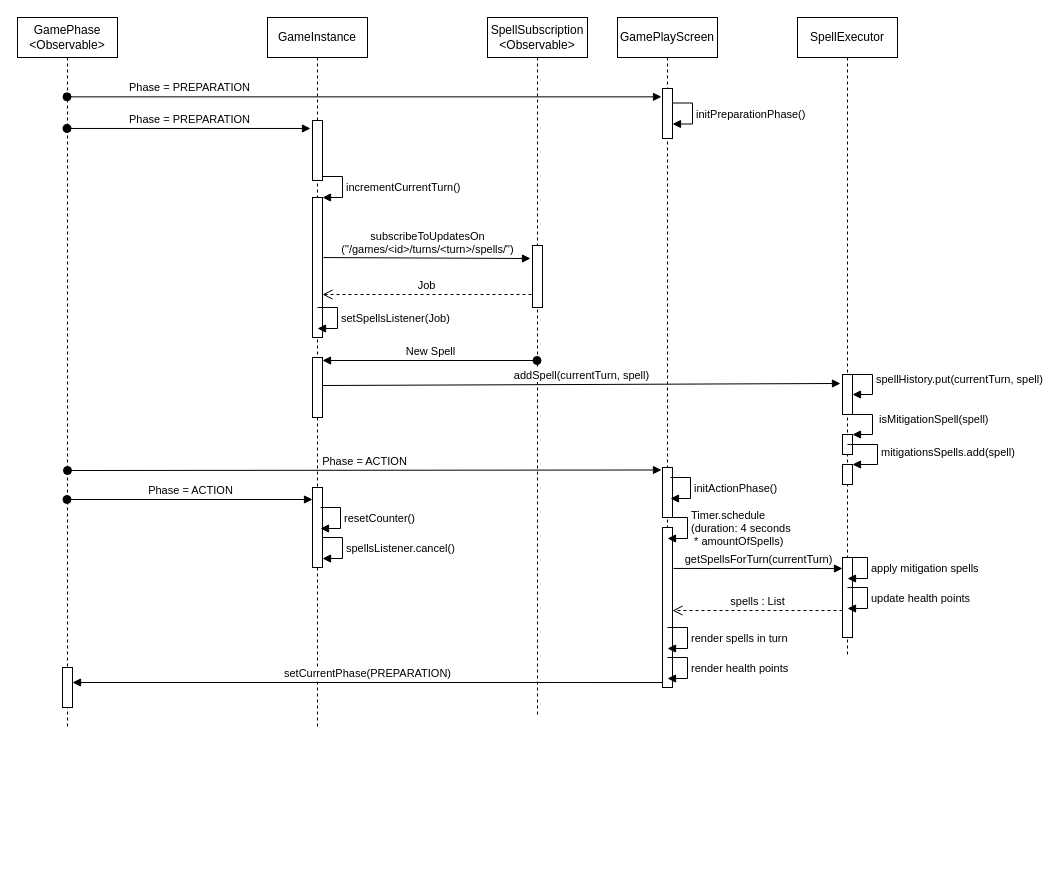
This is page "Page-3" (3 of 3) of beardblaster_lobby_sequence.drawio from gullskatten/BPMN-models, a draw.io file, before an edit. Source tidied: cells renumbered, new cells numbered last; positions are measured from the earlier drawing's top-left corner, leaving out a move shared by most shapes. Both pictures are drawn from the tidied source at 100%, with x=0, y=0 at pixel (17, 17).
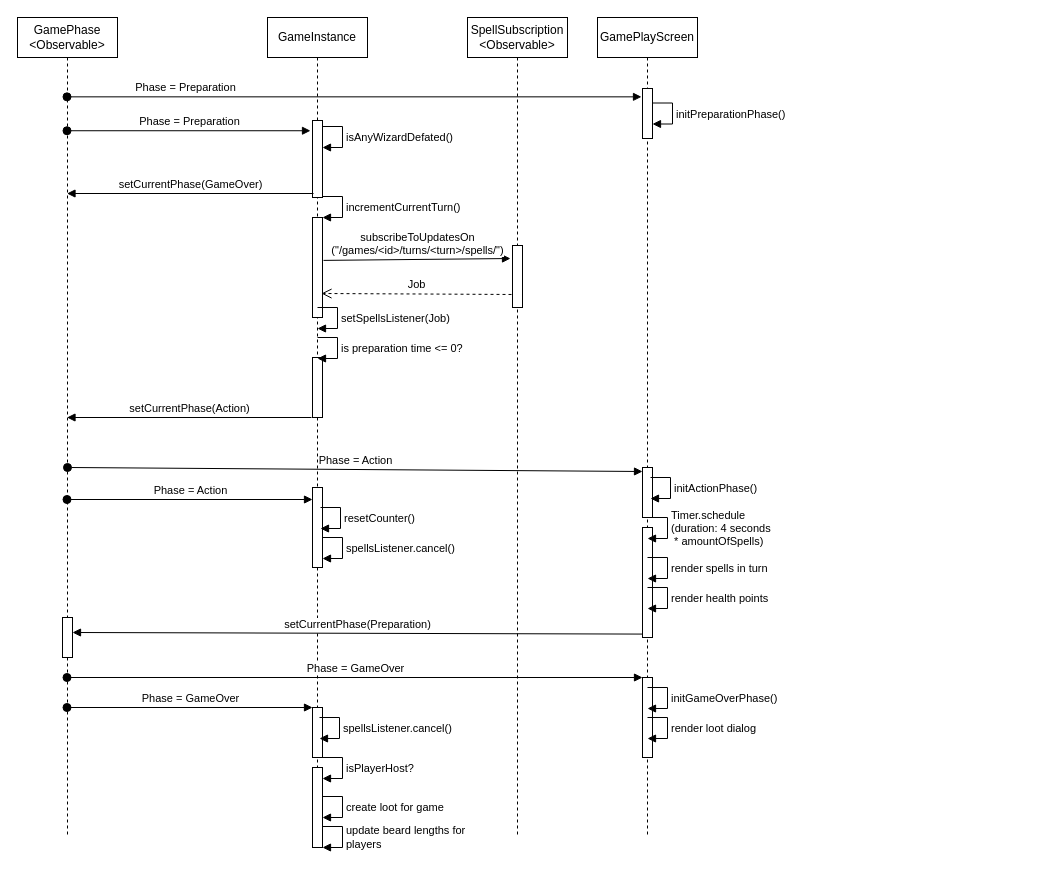
Above is the later version.

Unchanged cells that the change refers to:
```xml
<mxCell id="8" style="html=1;points=[];perimeter=orthogonalPerimeter;" parent="4" vertex="1">
  <mxGeometry x="45" y="470" width="10" height="80" as="geometry" />
</mxCell>
<mxCell id="9" style="html=1;points=[];perimeter=orthogonalPerimeter;" parent="4" vertex="1">
  <mxGeometry x="45" y="340" width="10" height="60" as="geometry" />
</mxCell>
<mxCell id="11" style="html=1;points=[];perimeter=orthogonalPerimeter;" parent="10" vertex="1">
  <mxGeometry x="45" y="228" width="10" height="62" as="geometry" />
</mxCell>
<mxCell id="16" style="html=1;points=[];perimeter=orthogonalPerimeter;" parent="15" vertex="1">
  <mxGeometry x="45" y="71" width="10" height="50" as="geometry" />
</mxCell>
<mxCell id="18" style="html=1;points=[];perimeter=orthogonalPerimeter;" parent="15" vertex="1">
  <mxGeometry x="45" y="450" width="10" height="50" as="geometry" />
</mxCell>
```

What changed in the source:
```diff
@@
     <mxCell id="2" value="GamePhase&lt;br&gt;&amp;lt;Observable&amp;gt;" style="shape=umlLifeline;perimeter=lifelinePerimeter;whiteSpace=wrap;html=1;outlineConnect=0;" parent="1" vertex="1">
-      <mxGeometry width="100" height="710" as="geometry" />
+      <mxGeometry width="100" height="820" as="geometry" />
     </mxCell>
     <mxCell id="3" style="html=1;points=[];perimeter=orthogonalPerimeter;" parent="2" vertex="1">
-      <mxGeometry x="45" y="650" width="10" height="40" as="geometry" />
+      <mxGeometry x="45" y="600" width="10" height="40" as="geometry" />
     </mxCell>
     <mxCell id="4" value="GameInstance" style="shape=umlLifeline;perimeter=lifelinePerimeter;whiteSpace=wrap;html=1;" parent="1" vertex="1">
-      <mxGeometry x="250" width="100" height="710" as="geometry" />
+      <mxGeometry x="250" width="100" height="820" as="geometry" />
     </mxCell>
     <mxCell id="5" style="html=1;points=[];perimeter=orthogonalPerimeter;" parent="4" vertex="1">
-      <mxGeometry x="45" y="103" width="10" height="60" as="geometry" />
+      <mxGeometry x="45" y="103" width="10" height="77" as="geometry" />
     </mxCell>
     <mxCell id="6" style="html=1;points=[];perimeter=orthogonalPerimeter;" parent="4" vertex="1">
-      <mxGeometry x="45" y="180" width="10" height="140" as="geometry" />
+      <mxGeometry x="45" y="200" width="10" height="100" as="geometry" />
     </mxCell>
     <mxCell id="7" value="incrementCurrentTurn()" style="edgeStyle=orthogonalEdgeStyle;html=1;align=left;spacingLeft=2;endArrow=block;rounded=0;entryX=1;entryY=0;" parent="4" edge="1">
       <mxGeometry relative="1" as="geometry">
-        <mxPoint x="55" y="159" as="sourcePoint" />
-        <mxPoint x="55" y="180" as="targetPoint" />
+        <mxPoint x="55" y="179" as="sourcePoint" />
+        <mxPoint x="55" y="200" as="targetPoint" />
         <Array as="points">
-          <mxPoint x="75" y="159" />
-          <mxPoint x="75" y="180" />
+          <mxPoint x="75" y="179" />
+          <mxPoint x="75" y="200" />
         </Array>
       </mxGeometry>
     </mxCell>
@@
+    <mxCell id="45" style="html=1;points=[];perimeter=orthogonalPerimeter;" parent="4" vertex="1">
+      <mxGeometry x="45" y="690" width="10" height="50" as="geometry" />
+    </mxCell>
+    <mxCell id="46" value="isPlayerHost?" style="edgeStyle=orthogonalEdgeStyle;html=1;align=left;spacingLeft=2;endArrow=block;rounded=0;entryX=1;entryY=0;" parent="4" edge="1">
+      <mxGeometry relative="1" as="geometry">
+        <mxPoint x="55" y="740" as="sourcePoint" />
+        <mxPoint x="55" y="761" as="targetPoint" />
+        <Array as="points">
+          <mxPoint x="75" y="740" />
+          <mxPoint x="75" y="761" />
+        </Array>
+      </mxGeometry>
+    </mxCell>
     <mxCell id="10" value="SpellSubscription&lt;br&gt;&amp;lt;Observable&amp;gt;" style="shape=umlLifeline;perimeter=lifelinePerimeter;whiteSpace=wrap;html=1;outlineConnect=0;" parent="1" vertex="1">
-      <mxGeometry x="470" width="100" height="700" as="geometry" />
+      <mxGeometry x="450" width="100" height="820" as="geometry" />
     </mxCell>
@@
-    <mxCell id="13" value="Job" style="html=1;verticalAlign=bottom;endArrow=open;dashed=1;endSize=8;exitX=-0.1;exitY=0.79;exitDx=0;exitDy=0;exitPerimeter=0;entryX=1;entryY=0.693;entryDx=0;entryDy=0;entryPerimeter=0;" parent="1" edge="1" source="11" target="6">
+    <mxCell id="13" value="Job" style="html=1;verticalAlign=bottom;endArrow=open;dashed=1;endSize=8;exitX=-0.1;exitY=0.79;exitDx=0;exitDy=0;exitPerimeter=0;entryX=0.9;entryY=0.76;entryDx=0;entryDy=0;entryPerimeter=0;" parent="1" edge="1" source="11" target="6">
       <mxGeometry relative="1" as="geometry" />
     </mxCell>
-    <mxCell id="14" value="Phase = PREPARATION" style="html=1;verticalAlign=bottom;startArrow=oval;startFill=1;endArrow=block;startSize=8;entryX=-0.1;entryY=0.167;entryDx=0;entryDy=0;entryPerimeter=0;" parent="1" edge="1" source="2" target="16">
+    <mxCell id="14" value="Phase = Preparation" style="html=1;verticalAlign=bottom;startArrow=oval;startFill=1;endArrow=block;startSize=8;entryX=-0.1;entryY=0.167;entryDx=0;entryDy=0;entryPerimeter=0;" parent="1" edge="1" source="2" target="16">
       <mxGeometry x="-0.59" relative="1" as="geometry" />
     </mxCell>
     <mxCell id="15" value="GamePlayScreen" style="shape=umlLifeline;perimeter=lifelinePerimeter;whiteSpace=wrap;html=1;" parent="1" vertex="1">
-      <mxGeometry x="600" width="100" height="670" as="geometry" />
+      <mxGeometry x="580" width="100" height="820" as="geometry" />
     </mxCell>
@@
     <mxCell id="19" style="html=1;points=[];perimeter=orthogonalPerimeter;" parent="15" vertex="1">
-      <mxGeometry x="45" y="510" width="10" height="160" as="geometry" />
+      <mxGeometry x="45" y="510" width="10" height="110" as="geometry" />
     </mxCell>
+    <mxCell id="47" style="html=1;points=[];perimeter=orthogonalPerimeter;" parent="15" vertex="1">
+      <mxGeometry x="45" y="660" width="10" height="80" as="geometry" />
+    </mxCell>
-    <mxCell id="20" value="Phase = ACTION" style="html=1;verticalAlign=bottom;startArrow=oval;startFill=1;endArrow=block;startSize=8;entryX=-0.1;entryY=0.05;entryDx=0;entryDy=0;entryPerimeter=0;" parent="1" edge="1" target="18">
+    <mxCell id="20" value="Phase = Action" style="html=1;verticalAlign=bottom;startArrow=oval;startFill=1;endArrow=block;startSize=8;entryX=0;entryY=0.08;entryDx=0;entryDy=0;entryPerimeter=0;" parent="1" edge="1" target="18">
       <mxGeometry relative="1" as="geometry">
-        <mxPoint x="50" y="453" as="sourcePoint" />
+        <mxPoint x="50" y="450" as="sourcePoint" />
       </mxGeometry>
     </mxCell>
@@
     <mxCell id="24" value="initActionPhase()" style="edgeStyle=orthogonalEdgeStyle;html=1;align=left;spacingLeft=2;endArrow=block;rounded=0;entryX=1;entryY=0;" parent="1" edge="1">
       <mxGeometry relative="1" as="geometry">
-        <mxPoint x="653" y="460" as="sourcePoint" />
-        <mxPoint x="653" y="481" as="targetPoint" />
+        <mxPoint x="633" y="460" as="sourcePoint" />
+        <mxPoint x="633" y="481" as="targetPoint" />
         <Array as="points">
-          <mxPoint x="673" y="460" />
-          <mxPoint x="673" y="481" />
+          <mxPoint x="653" y="460" />
+          <mxPoint x="653" y="481" />
         </Array>
       </mxGeometry>
     </mxCell>
     <mxCell id="25" value="Timer.schedule&lt;br&gt;(duration: 4 seconds&lt;br&gt;&amp;nbsp;* amountOfSpells)" style="edgeStyle=orthogonalEdgeStyle;html=1;align=left;spacingLeft=2;endArrow=block;rounded=0;entryX=1;entryY=0;" parent="1" edge="1">
       <mxGeometry relative="1" as="geometry">
-        <mxPoint x="650" y="500" as="sourcePoint" />
-        <mxPoint x="650" y="521" as="targetPoint" />
+        <mxPoint x="630" y="500" as="sourcePoint" />
+        <mxPoint x="630" y="521" as="targetPoint" />
         <Array as="points">
-          <mxPoint x="670" y="500" />
-          <mxPoint x="670" y="521" />
+          <mxPoint x="650" y="500" />
+          <mxPoint x="650" y="521" />
         </Array>
       </mxGeometry>
     </mxCell>
-    <mxCell id="26" value="New Spell" style="html=1;verticalAlign=bottom;startArrow=oval;startFill=1;endArrow=block;startSize=8;entryX=1;entryY=0.05;entryDx=0;entryDy=0;entryPerimeter=0;" parent="1" edge="1" source="10" target="9">
-      <mxGeometry relative="1" as="geometry" />
-    </mxCell>
-    <mxCell id="27" value="SpellExecutor" style="shape=umlLifeline;perimeter=lifelinePerimeter;whiteSpace=wrap;html=1;" parent="1" vertex="1">
-      <mxGeometry x="780" width="100" height="640" as="geometry" />
-    </mxCell>
-    <mxCell id="28" style="html=1;perimeter=orthogonalPerimeter;" parent="27" vertex="1">
-      <mxGeometry x="45" y="357" width="10" height="40" as="geometry" />
-    </mxCell>
-    <mxCell id="29" value="spellHistory.put(currentTurn, spell)" style="edgeStyle=orthogonalEdgeStyle;html=1;align=left;spacingLeft=2;endArrow=block;rounded=0;entryX=1;entryY=0;" parent="27" edge="1">
-      <mxGeometry relative="1" as="geometry">
-        <mxPoint x="45" y="357" as="sourcePoint" />
-        <mxPoint x="55" y="377" as="targetPoint" />
-        <Array as="points">
-          <mxPoint x="75" y="357" />
-        </Array>
-      </mxGeometry>
-    </mxCell>
-    <mxCell id="30" style="html=1;points=[];perimeter=orthogonalPerimeter;" parent="27" vertex="1">
-      <mxGeometry x="45" y="417" width="10" height="20" as="geometry" />
-    </mxCell>
-    <mxCell id="31" value="&amp;nbsp;isMitigationSpell(spell)" style="edgeStyle=orthogonalEdgeStyle;html=1;align=left;spacingLeft=2;endArrow=block;rounded=0;entryX=1;entryY=0;" parent="27" edge="1" target="30">
-      <mxGeometry relative="1" as="geometry">
-        <mxPoint x="45" y="397" as="sourcePoint" />
-        <Array as="points">
-          <mxPoint x="75" y="397" />
-        </Array>
-      </mxGeometry>
-    </mxCell>
-    <mxCell id="32" style="html=1;points=[];perimeter=orthogonalPerimeter;" parent="27" vertex="1">
-      <mxGeometry x="45" y="447" width="10" height="20" as="geometry" />
-    </mxCell>
-    <mxCell id="33" value="mitigationsSpells.add(spell)" style="edgeStyle=orthogonalEdgeStyle;html=1;align=left;spacingLeft=2;endArrow=block;rounded=0;entryX=1;entryY=0;" parent="27" edge="1" target="32">
-      <mxGeometry relative="1" as="geometry">
-        <mxPoint x="50" y="427" as="sourcePoint" />
-        <Array as="points">
-          <mxPoint x="80" y="427" />
-        </Array>
-      </mxGeometry>
-    </mxCell>
-    <mxCell id="34" style="html=1;points=[];perimeter=orthogonalPerimeter;" parent="27" vertex="1">
-      <mxGeometry x="45" y="540" width="10" height="80" as="geometry" />
-    </mxCell>
-    <mxCell id="35" value="Phase = PREPARATION" style="html=1;verticalAlign=bottom;startArrow=oval;startFill=1;endArrow=block;startSize=8;entryX=-0.2;entryY=0.133;entryDx=0;entryDy=0;entryPerimeter=0;" parent="1" edge="1" source="2" target="5">
+    <mxCell id="35" value="Phase = Preparation" style="html=1;verticalAlign=bottom;startArrow=oval;startFill=1;endArrow=block;startSize=8;entryX=-0.2;entryY=0.133;entryDx=0;entryDy=0;entryPerimeter=0;" parent="1" edge="1" source="2" target="5">
       <mxGeometry relative="1" as="geometry" />
     </mxCell>
-    <mxCell id="36" value="Phase = ACTION" style="html=1;verticalAlign=bottom;startArrow=oval;startFill=1;endArrow=block;startSize=8;entryX=0;entryY=0.15;entryDx=0;entryDy=0;entryPerimeter=0;" parent="1" edge="1" source="2" target="8">
+    <mxCell id="36" value="Phase = Action" style="html=1;verticalAlign=bottom;startArrow=oval;startFill=1;endArrow=block;startSize=8;entryX=0;entryY=0.15;entryDx=0;entryDy=0;entryPerimeter=0;" parent="1" edge="1" source="2" target="8">
       <mxGeometry relative="1" as="geometry" />
     </mxCell>
-    <mxCell id="37" value="addSpell(currentTurn, spell)" style="html=1;verticalAlign=bottom;endArrow=block;exitX=1;exitY=0.35;exitDx=0;exitDy=0;exitPerimeter=0;entryX=-0.2;entryY=0.05;entryDx=0;entryDy=0;entryPerimeter=0;" parent="1" edge="1">
-      <mxGeometry relative="1" as="geometry">
-        <mxPoint x="305" y="368" as="sourcePoint" />
-        <mxPoint x="823" y="366" as="targetPoint" />
-      </mxGeometry>
-    </mxCell>
-    <mxCell id="38" value="getSpellsForTurn(currentTurn)" style="html=1;verticalAlign=bottom;endArrow=block;exitX=1.1;exitY=0.256;exitDx=0;exitDy=0;exitPerimeter=0;entryX=0;entryY=0.138;entryDx=0;entryDy=0;entryPerimeter=0;" parent="1" edge="1" source="19" target="34">
-      <mxGeometry relative="1" as="geometry" />
-    </mxCell>
-    <mxCell id="39" value="setCurrentPhase(PREPARATION)" style="html=1;verticalAlign=bottom;endArrow=block;exitX=0;exitY=0.969;exitDx=0;exitDy=0;exitPerimeter=0;entryX=1;entryY=0.375;entryDx=0;entryDy=0;entryPerimeter=0;" parent="1" edge="1" source="19" target="3">
+    <mxCell id="39" value="setCurrentPhase(Preparation)" style="html=1;verticalAlign=bottom;endArrow=block;exitX=0;exitY=0.969;exitDx=0;exitDy=0;exitPerimeter=0;entryX=1;entryY=0.375;entryDx=0;entryDy=0;entryPerimeter=0;" parent="1" edge="1" source="19" target="3">
       <mxGeometry relative="1" as="geometry" />
     </mxCell>
     <mxCell id="40" value="render spells in turn" style="edgeStyle=orthogonalEdgeStyle;html=1;align=left;spacingLeft=2;endArrow=block;rounded=0;entryX=1;entryY=0;" parent="1" edge="1">
       <mxGeometry relative="1" as="geometry">
-        <mxPoint x="650" y="610" as="sourcePoint" />
-        <mxPoint x="650" y="631" as="targetPoint" />
+        <mxPoint x="630" y="540" as="sourcePoint" />
+        <mxPoint x="630" y="561" as="targetPoint" />
         <Array as="points">
-          <mxPoint x="670" y="610" />
-          <mxPoint x="670" y="631" />
+          <mxPoint x="650" y="540" />
+          <mxPoint x="650" y="561" />
         </Array>
       </mxGeometry>
     </mxCell>
     <mxCell id="41" value="render health points" style="edgeStyle=orthogonalEdgeStyle;html=1;align=left;spacingLeft=2;endArrow=block;rounded=0;entryX=1;entryY=0;" parent="1" edge="1">
       <mxGeometry relative="1" as="geometry">
-        <mxPoint x="650" y="640" as="sourcePoint" />
-        <mxPoint x="650" y="661" as="targetPoint" />
+        <mxPoint x="630" y="570" as="sourcePoint" />
+        <mxPoint x="630" y="591" as="targetPoint" />
         <Array as="points">
-          <mxPoint x="670" y="640" />
-          <mxPoint x="670" y="661" />
+          <mxPoint x="650" y="570" />
+          <mxPoint x="650" y="591" />
         </Array>
       </mxGeometry>
     </mxCell>
-    <mxCell id="42" value="spells : List" style="html=1;verticalAlign=bottom;endArrow=open;dashed=1;endSize=8;exitX=0;exitY=0.663;exitDx=0;exitDy=0;exitPerimeter=0;entryX=1;entryY=0.519;entryDx=0;entryDy=0;entryPerimeter=0;" parent="1" edge="1" source="34" target="19">
-      <mxGeometry relative="1" as="geometry" />
-    </mxCell>
-    <mxCell id="43" value="apply mitigation spells" style="edgeStyle=orthogonalEdgeStyle;html=1;align=left;spacingLeft=2;endArrow=block;rounded=0;entryX=1;entryY=0;" parent="1" edge="1">
-      <mxGeometry relative="1" as="geometry">
-        <mxPoint x="830" y="540" as="sourcePoint" />
-        <mxPoint x="830" y="561" as="targetPoint" />
-        <Array as="points">
-          <mxPoint x="850" y="540" />
-          <mxPoint x="850" y="561" />
-        </Array>
-      </mxGeometry>
-    </mxCell>
-    <mxCell id="44" value="update health points" style="edgeStyle=orthogonalEdgeStyle;html=1;align=left;spacingLeft=2;endArrow=block;rounded=0;entryX=1;entryY=0;" parent="1" edge="1">
-      <mxGeometry relative="1" as="geometry">
-        <mxPoint x="830" y="570" as="sourcePoint" />
-        <mxPoint x="830" y="591" as="targetPoint" />
-        <Array as="points">
-          <mxPoint x="850" y="570" />
-          <mxPoint x="850" y="591" />
-        </Array>
-      </mxGeometry>
-    </mxCell>
+    <mxCell id="48" value="setCurrentPhase(Action)" style="html=1;verticalAlign=bottom;endArrow=block;exitX=-0.1;exitY=1;exitDx=0;exitDy=0;exitPerimeter=0;" parent="1" edge="1" source="9" target="2">
+      <mxGeometry relative="1" as="geometry" />
+    </mxCell>
+    <mxCell id="49" value="is preparation time &amp;lt;= 0?" style="edgeStyle=orthogonalEdgeStyle;html=1;align=left;spacingLeft=2;endArrow=block;rounded=0;entryX=1;entryY=0;" parent="1" edge="1">
+      <mxGeometry relative="1" as="geometry">
+        <mxPoint x="300" y="320" as="sourcePoint" />
+        <mxPoint x="300" y="341" as="targetPoint" />
+        <Array as="points">
+          <mxPoint x="320" y="320" />
+          <mxPoint x="320" y="341" />
+        </Array>
+      </mxGeometry>
+    </mxCell>
+    <mxCell id="50" value="isAnyWizardDefated()" style="edgeStyle=orthogonalEdgeStyle;html=1;align=left;spacingLeft=2;endArrow=block;rounded=0;entryX=1;entryY=0;" parent="1" edge="1">
+      <mxGeometry relative="1" as="geometry">
+        <mxPoint x="305" y="109" as="sourcePoint" />
+        <mxPoint x="305" y="130" as="targetPoint" />
+        <Array as="points">
+          <mxPoint x="325" y="109" />
+          <mxPoint x="325" y="130" />
+        </Array>
+      </mxGeometry>
+    </mxCell>
+    <mxCell id="51" value="setCurrentPhase(GameOver)" style="html=1;verticalAlign=bottom;endArrow=block;exitX=0.1;exitY=0.948;exitDx=0;exitDy=0;exitPerimeter=0;" parent="1" edge="1" source="5" target="2">
+      <mxGeometry relative="1" as="geometry" />
+    </mxCell>
+    <mxCell id="52" value="Phase = GameOver" style="html=1;verticalAlign=bottom;startArrow=oval;endArrow=block;startSize=8;" parent="1" edge="1" source="2" target="47">
+      <mxGeometry relative="1" as="geometry" />
+    </mxCell>
+    <mxCell id="53" value="Phase = GameOver" style="html=1;verticalAlign=bottom;startArrow=oval;endArrow=block;startSize=8;" parent="1" edge="1" source="2" target="45">
+      <mxGeometry relative="1" as="geometry" />
+    </mxCell>
+    <mxCell id="54" value="initGameOverPhase()" style="edgeStyle=orthogonalEdgeStyle;html=1;align=left;spacingLeft=2;endArrow=block;rounded=0;entryX=1;entryY=0;" parent="1" edge="1">
+      <mxGeometry relative="1" as="geometry">
+        <mxPoint x="630" y="670" as="sourcePoint" />
+        <mxPoint x="630" y="691" as="targetPoint" />
+        <Array as="points">
+          <mxPoint x="650" y="670" />
+          <mxPoint x="650" y="691" />
+        </Array>
+      </mxGeometry>
+    </mxCell>
+    <mxCell id="55" value="render loot dialog" style="edgeStyle=orthogonalEdgeStyle;html=1;align=left;spacingLeft=2;endArrow=block;rounded=0;entryX=1;entryY=0;" parent="1" edge="1">
+      <mxGeometry relative="1" as="geometry">
+        <mxPoint x="630" y="700" as="sourcePoint" />
+        <mxPoint x="630" y="721" as="targetPoint" />
+        <Array as="points">
+          <mxPoint x="650" y="700" />
+          <mxPoint x="650" y="721" />
+        </Array>
+      </mxGeometry>
+    </mxCell>
+    <mxCell id="56" style="html=1;perimeter=orthogonalPerimeter;" parent="1" vertex="1">
+      <mxGeometry x="295" y="750" width="10" height="80" as="geometry" />
+    </mxCell>
+    <mxCell id="57" value="create loot for game" style="edgeStyle=orthogonalEdgeStyle;html=1;align=left;spacingLeft=2;endArrow=block;rounded=0;entryX=1;entryY=0;" parent="1" edge="1">
+      <mxGeometry relative="1" as="geometry">
+        <mxPoint x="305" y="779" as="sourcePoint" />
+        <mxPoint x="305" y="800" as="targetPoint" />
+        <Array as="points">
+          <mxPoint x="325" y="779" />
+          <mxPoint x="325" y="800" />
+        </Array>
+      </mxGeometry>
+    </mxCell>
+    <mxCell id="58" value="spellsListener.cancel()" style="edgeStyle=orthogonalEdgeStyle;html=1;align=left;spacingLeft=2;endArrow=block;rounded=0;entryX=1;entryY=0;" parent="1" edge="1">
+      <mxGeometry relative="1" as="geometry">
+        <mxPoint x="302" y="700" as="sourcePoint" />
+        <mxPoint x="302" y="721" as="targetPoint" />
+        <Array as="points">
+          <mxPoint x="322" y="700" />
+          <mxPoint x="322" y="721" />
+        </Array>
+      </mxGeometry>
+    </mxCell>
+    <mxCell id="59" value="update beard lengths for&lt;br&gt;players" style="edgeStyle=orthogonalEdgeStyle;html=1;align=left;spacingLeft=2;endArrow=block;rounded=0;entryX=1;entryY=0;" parent="1" edge="1">
+      <mxGeometry relative="1" as="geometry">
+        <mxPoint x="305" y="809" as="sourcePoint" />
+        <mxPoint x="305" y="830" as="targetPoint" />
+        <Array as="points">
+          <mxPoint x="325" y="809" />
+          <mxPoint x="325" y="830" />
+        </Array>
+      </mxGeometry>
+    </mxCell>
```
